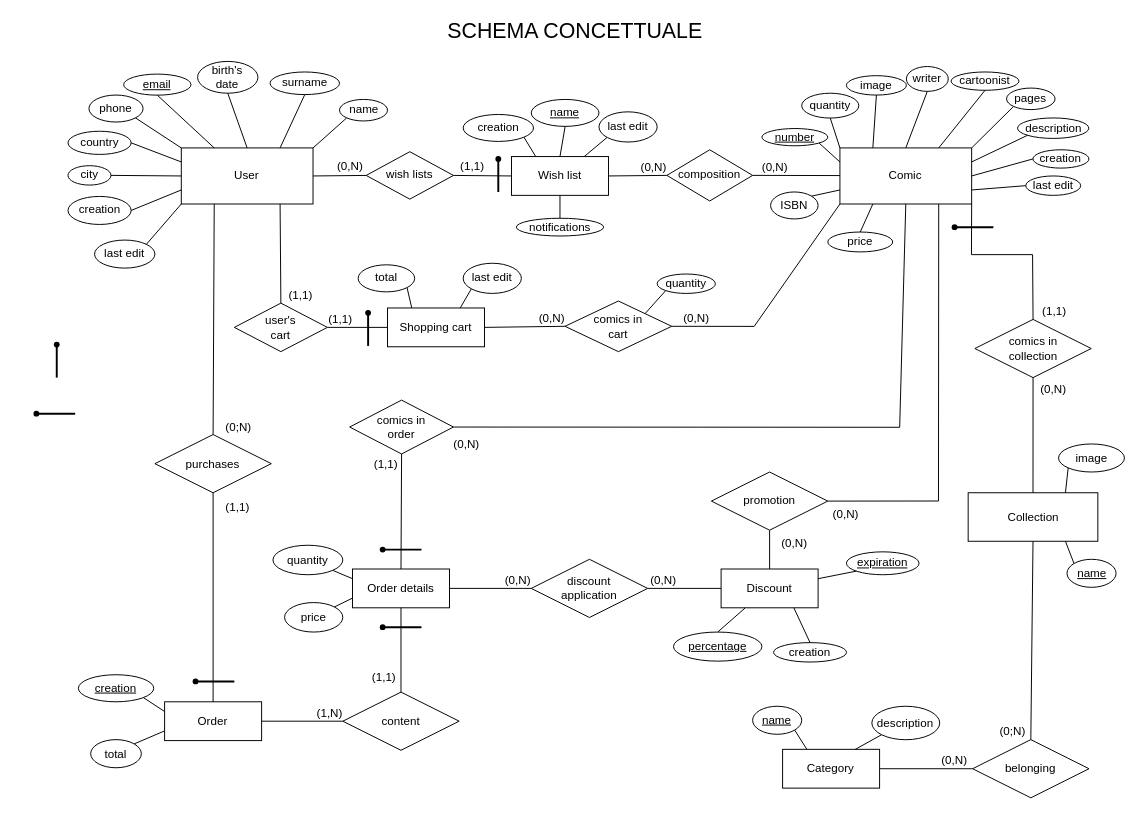
Before: page "Schema concettuale" (1 of 2) of doc/database/Comic_shop_ER_diagram.drawio in Enricods-i/Comics-Store-Backend, a draw.io diagram. Source tidied: cells renumbered, new cells numbered last; positions are measured from the earlier drawing's top-left corner, leaving out a move shared by most shapes. Both pictures are drawn from the tidied source at 97%, with x=0, y=0 at pixel (16, 16).
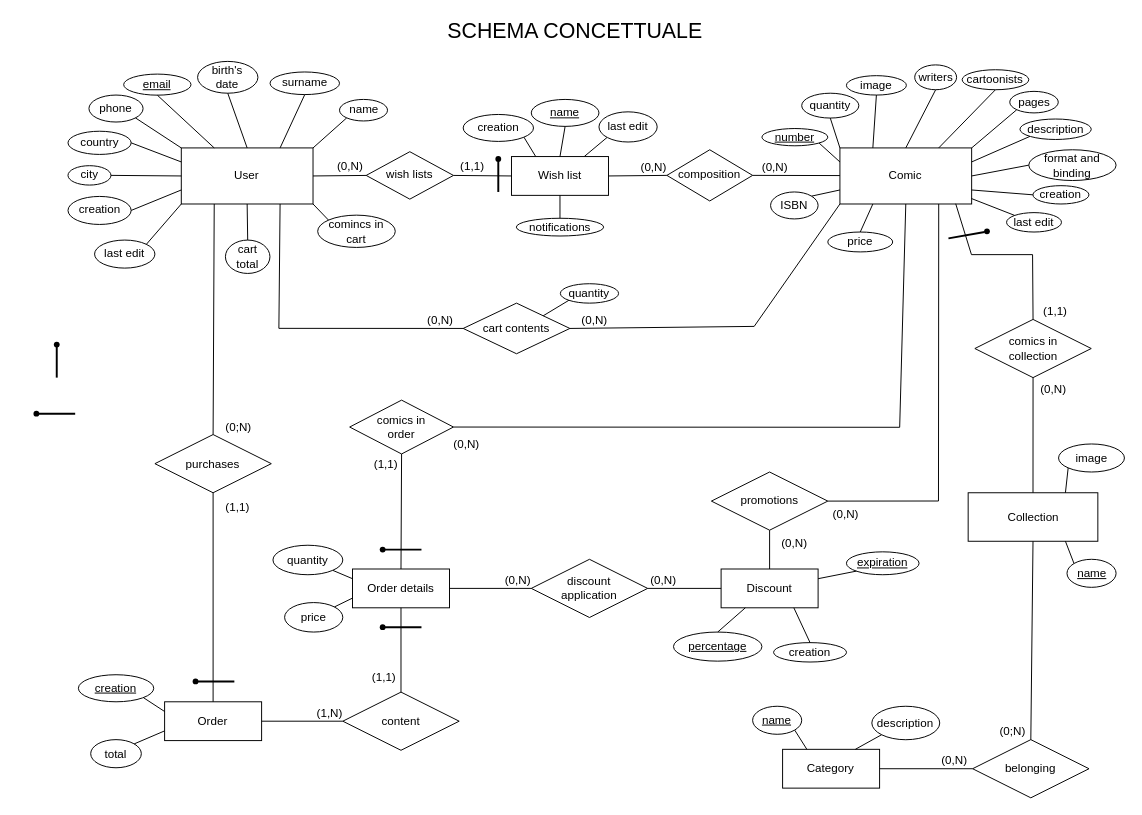
The same diagram, later.

Commit message (it also covers changes not shown here):
Fatto schema er ristrutturato

Unchanged cells that the change refers to:
```xml
<mxCell id="2" value="Comic" style="whiteSpace=wrap;html=1;align=center;" parent="1" vertex="1">
  <mxGeometry x="848.4" y="135" width="135.8" height="57.8" as="geometry" />
</mxCell>
<mxCell id="3" value="User" style="whiteSpace=wrap;html=1;align=center;" parent="1" vertex="1">
  <mxGeometry x="169.4" y="135" width="135.8" height="57.8" as="geometry" />
</mxCell>
<mxCell id="38" value="comics in&lt;br&gt;collection" style="shape=rhombus;perimeter=rhombusPerimeter;whiteSpace=wrap;html=1;align=center;" parent="1" vertex="1">
  <mxGeometry x="987.5" y="311.8" width="120" height="60" as="geometry" />
</mxCell>
```

The edit, as a diff of the source:
```diff
@@
-    <mxCell id="13" value="writer" style="ellipse;whiteSpace=wrap;html=1;align=center;" parent="1" vertex="1">
-      <mxGeometry x="916.9" y="51.1" width="43.2" height="25.6" as="geometry" />
+    <mxCell id="13" value="writers" style="ellipse;whiteSpace=wrap;html=1;align=center;" parent="1" vertex="1">
+      <mxGeometry x="925.5" y="49.4" width="43.2" height="25.6" as="geometry" />
     </mxCell>
-    <mxCell id="14" value="cartoonist" style="ellipse;whiteSpace=wrap;html=1;align=center;" parent="1" vertex="1">
-      <mxGeometry x="963" y="56.7" width="70" height="18.9" as="geometry" />
+    <mxCell id="14" value="cartoonists" style="ellipse;whiteSpace=wrap;html=1;align=center;" parent="1" vertex="1">
+      <mxGeometry x="974.4" y="54.4" width="68.7" height="20.6" as="geometry" />
     </mxCell>
     <mxCell id="15" value="pages" style="ellipse;whiteSpace=wrap;html=1;align=center;" parent="1" vertex="1">
-      <mxGeometry x="1020.2" y="73.3" width="50" height="22.2" as="geometry" />
+      <mxGeometry x="1023.5" y="76.7" width="50" height="22.2" as="geometry" />
     </mxCell>
@@
-    <mxCell id="44" value="promotion" style="shape=rhombus;perimeter=rhombusPerimeter;whiteSpace=wrap;html=1;align=center;" parent="1" vertex="1">
+    <mxCell id="44" value="promotions" style="shape=rhombus;perimeter=rhombusPerimeter;whiteSpace=wrap;html=1;align=center;" parent="1" vertex="1">
       <mxGeometry x="715.9" y="469.1" width="120" height="60" as="geometry" />
     </mxCell>
@@
     <mxCell id="80" value="description" style="ellipse;whiteSpace=wrap;html=1;align=center;fontSize=12;" parent="1" vertex="1">
-      <mxGeometry x="1031.5" y="104.1" width="73.5" height="21.1" as="geometry" />
+      <mxGeometry x="1034" y="105.2" width="73.5" height="21.1" as="geometry" />
     </mxCell>
@@
-    <mxCell id="82" value="last edit" style="ellipse;whiteSpace=wrap;html=1;align=center;" parent="1" vertex="1">
-      <mxGeometry x="460" y="253.9" width="60" height="31.1" as="geometry" />
-    </mxCell>
-    <mxCell id="83" style="endArrow=none;html=1;rounded=0;fontSize=12;entryX=0;entryY=1;entryDx=0;entryDy=0;exitX=0.75;exitY=0;exitDx=0;exitDy=0;" parent="1" edge="1" source="105" target="82">
-      <mxGeometry relative="1" as="geometry" />
-    </mxCell>
     <mxCell id="84" value="creation" style="ellipse;whiteSpace=wrap;html=1;align=center;" parent="1" vertex="1">
-      <mxGeometry x="1047.4" y="136.9" width="57.7" height="18.9" as="geometry" />
+      <mxGeometry x="1047.4" y="173.9" width="57.7" height="18.9" as="geometry" />
     </mxCell>
     <mxCell id="85" value="last edit" style="ellipse;whiteSpace=wrap;html=1;align=center;" parent="1" vertex="1">
-      <mxGeometry x="1040" y="163.9" width="56.6" height="20" as="geometry" />
+      <mxGeometry x="1020.2" y="201.7" width="56.6" height="20" as="geometry" />
     </mxCell>
-    <mxCell id="86" style="endArrow=none;html=1;rounded=0;fontSize=12;exitX=1;exitY=0.5;exitDx=0;exitDy=0;entryX=0;entryY=0.5;entryDx=0;entryDy=0;" parent="1" edge="1" source="2" target="84">
+    <mxCell id="86" style="endArrow=none;html=1;rounded=0;fontSize=12;exitX=1;exitY=0.75;exitDx=0;exitDy=0;entryX=0;entryY=0.5;entryDx=0;entryDy=0;" parent="1" edge="1" source="2" target="84">
       <mxGeometry relative="1" as="geometry" />
     </mxCell>
-    <mxCell id="87" style="endArrow=none;html=1;rounded=0;fontSize=12;entryX=0;entryY=0.5;entryDx=0;entryDy=0;exitX=1;exitY=0.75;exitDx=0;exitDy=0;" parent="1" edge="1" source="2" target="85">
+    <mxCell id="87" style="endArrow=none;html=1;rounded=0;fontSize=12;entryX=0;entryY=0;entryDx=0;entryDy=0;exitX=0.998;exitY=0.902;exitDx=0;exitDy=0;exitPerimeter=0;" parent="1" edge="1" source="2" target="85">
       <mxGeometry relative="1" as="geometry" />
     </mxCell>
-    <mxCell id="88" value="total" style="ellipse;whiteSpace=wrap;html=1;align=center;" parent="1" vertex="1">
-      <mxGeometry x="351.7" y="255.5" width="58.3" height="27.9" as="geometry" />
-    </mxCell>
-    <mxCell id="89" style="endArrow=none;html=1;rounded=0;exitX=0.25;exitY=0;exitDx=0;exitDy=0;entryX=1;entryY=1;entryDx=0;entryDy=0;" parent="1" edge="1" source="105" target="88">
-      <mxGeometry relative="1" as="geometry" />
-    </mxCell>
-    <mxCell id="90" style="endArrow=none;html=1;rounded=0;exitX=0.75;exitY=1;exitDx=0;exitDy=0;entryX=0.5;entryY=0;entryDx=0;entryDy=0;" parent="1" edge="1" source="3" target="106">
-      <mxGeometry relative="1" as="geometry" />
-    </mxCell>
-    <mxCell id="91" value="(1,1)" style="html=1;align=right;verticalAlign=bottom;" parent="90" vertex="1">
-      <mxGeometry x="1" relative="1" as="geometry">
-        <mxPoint x="33" as="offset" />
-      </mxGeometry>
-    </mxCell>
@@
-    <mxCell id="105" value="Shopping cart" style="whiteSpace=wrap;html=1;align=center;" parent="1" vertex="1">
-      <mxGeometry x="382" y="300" width="100" height="40" as="geometry" />
-    </mxCell>
-    <mxCell id="106" value="user's&lt;br&gt;cart" style="shape=rhombus;perimeter=rhombusPerimeter;whiteSpace=wrap;html=1;align=center;" parent="1" vertex="1">
-      <mxGeometry x="224.1" y="295" width="95.9" height="50" as="geometry" />
-    </mxCell>
-    <mxCell id="107" style="endArrow=none;html=1;rounded=0;exitX=0;exitY=0.5;exitDx=0;exitDy=0;entryX=1;entryY=0.5;entryDx=0;entryDy=0;" parent="1" edge="1" source="105" target="106">
-      <mxGeometry relative="1" as="geometry" />
-    </mxCell>
-    <mxCell id="108" value="(1,1)" style="html=1;align=right;verticalAlign=bottom;" parent="107" vertex="1">
-      <mxGeometry x="1" relative="1" as="geometry">
-        <mxPoint x="26" as="offset" />
-      </mxGeometry>
-    </mxCell>
-    <mxCell id="109" value="comics in&lt;br&gt;cart" style="shape=rhombus;perimeter=rhombusPerimeter;whiteSpace=wrap;html=1;align=center;" parent="1" vertex="1">
-      <mxGeometry x="565" y="292.8" width="110" height="52.2" as="geometry" />
+    <mxCell id="109" value="cart contents" style="shape=rhombus;perimeter=rhombusPerimeter;whiteSpace=wrap;html=1;align=center;" parent="1" vertex="1">
+      <mxGeometry x="460" y="295" width="110" height="52.2" as="geometry" />
     </mxCell>
-    <mxCell id="110" style="endArrow=none;html=1;rounded=0;exitX=1;exitY=0.5;exitDx=0;exitDy=0;entryX=0;entryY=0.5;entryDx=0;entryDy=0;" parent="1" edge="1" source="105" target="109">
-      <mxGeometry relative="1" as="geometry" />
+    <mxCell id="110" style="endArrow=none;html=1;rounded=0;entryX=0;entryY=0.5;entryDx=0;entryDy=0;exitX=0.75;exitY=1;exitDx=0;exitDy=0;" parent="1" edge="1" source="3" target="109">
+      <mxGeometry relative="1" as="geometry">
+        <Array as="points">
+          <mxPoint x="270" y="321" />
+        </Array>
+      </mxGeometry>
     </mxCell>
     <mxCell id="111" value="(0,N)" style="html=1;align=right;verticalAlign=bottom;" parent="110" vertex="1">
-      <mxGeometry x="1" relative="1" as="geometry" />
+      <mxGeometry x="1" relative="1" as="geometry">
+        <mxPoint x="-10" as="offset" />
+      </mxGeometry>
     </mxCell>
     <mxCell id="112" value="quantity" style="ellipse;whiteSpace=wrap;html=1;align=center;" parent="1" vertex="1">
-      <mxGeometry x="660" y="265" width="60" height="20" as="geometry" />
+      <mxGeometry x="560.2" y="275" width="60" height="20" as="geometry" />
     </mxCell>
@@
-    <mxCell id="122" style="endArrow=none;html=1;rounded=0;exitX=1;exitY=1;exitDx=0;exitDy=0;entryX=0.5;entryY=0;entryDx=0;entryDy=0;" parent="1" edge="1" source="2" target="38">
+    <mxCell id="122" style="endArrow=none;html=1;rounded=0;exitX=0.879;exitY=0.996;exitDx=0;exitDy=0;entryX=0.5;entryY=0;entryDx=0;entryDy=0;exitPerimeter=0;" parent="1" edge="1" source="2" target="38">
       <mxGeometry relative="1" as="geometry">
         <Array as="points">
           <mxPoint x="984" y="245" />
           <mxPoint x="1047" y="245" />
         </Array>
       </mxGeometry>
     </mxCell>
@@
-    <mxCell id="139" style="shape=waypoint;sketch=0;fillStyle=solid;size=6;fillColor=none;perimeter=centerPerimeter;" parent="1" vertex="1">
-      <mxGeometry x="342" y="285" width="40" height="40" as="geometry" />
-    </mxCell>
-    <mxCell id="140" style="line;strokeWidth=2;direction=south;html=1;" parent="1" vertex="1">
-      <mxGeometry x="357" y="304.6" width="10" height="34.5" as="geometry" />
-    </mxCell>
@@
     <mxCell id="147" style="shape=waypoint;sketch=0;fillStyle=solid;size=6;fillColor=none;perimeter=centerPerimeter;" parent="1" vertex="1">
-      <mxGeometry x="946.6" y="196.7" width="40" height="40" as="geometry" />
+      <mxGeometry x="980" y="201" width="40" height="40" as="geometry" />
     </mxCell>
-    <mxCell id="148" style="line;strokeWidth=2;html=1;" parent="1" vertex="1">
-      <mxGeometry x="968.7" y="211.7" width="37.9" height="10" as="geometry" />
+    <mxCell id="148" style="line;strokeWidth=2;html=1;direction=west;rotation=-10;" parent="1" vertex="1">
+      <mxGeometry x="960" y="220" width="37.9" height="10" as="geometry" />
     </mxCell>
@@
+    <mxCell id="159" value="format and binding" style="ellipse;whiteSpace=wrap;html=1;align=center;" parent="1" vertex="1">
+      <mxGeometry x="1043.1" y="136.9" width="90" height="31.7" as="geometry" />
+    </mxCell>
+    <mxCell id="160" style="endArrow=none;html=1;rounded=0;exitX=1;exitY=0.5;exitDx=0;exitDy=0;entryX=0;entryY=0.5;entryDx=0;entryDy=0;" parent="1" edge="1" source="2" target="159">
+      <mxGeometry relative="1" as="geometry" />
+    </mxCell>
+    <mxCell id="161" value="cart total" style="ellipse;whiteSpace=wrap;html=1;align=center;" parent="1" vertex="1">
+      <mxGeometry x="214.9" y="230" width="45.9" height="34.4" as="geometry" />
+    </mxCell>
+    <mxCell id="162" value="comincs in cart" style="ellipse;whiteSpace=wrap;html=1;align=center;" parent="1" vertex="1">
+      <mxGeometry x="310" y="204.3" width="80" height="33.3" as="geometry" />
+    </mxCell>
+    <mxCell id="163" style="endArrow=none;html=1;rounded=0;exitX=0.5;exitY=1;exitDx=0;exitDy=0;entryX=0.5;entryY=0;entryDx=0;entryDy=0;" parent="1" edge="1" source="3" target="161">
+      <mxGeometry relative="1" as="geometry" />
+    </mxCell>
+    <mxCell id="164" style="endArrow=none;html=1;rounded=0;exitX=1;exitY=1;exitDx=0;exitDy=0;entryX=0;entryY=0;entryDx=0;entryDy=0;" parent="1" edge="1" source="3" target="162">
+      <mxGeometry relative="1" as="geometry" />
+    </mxCell>
```
